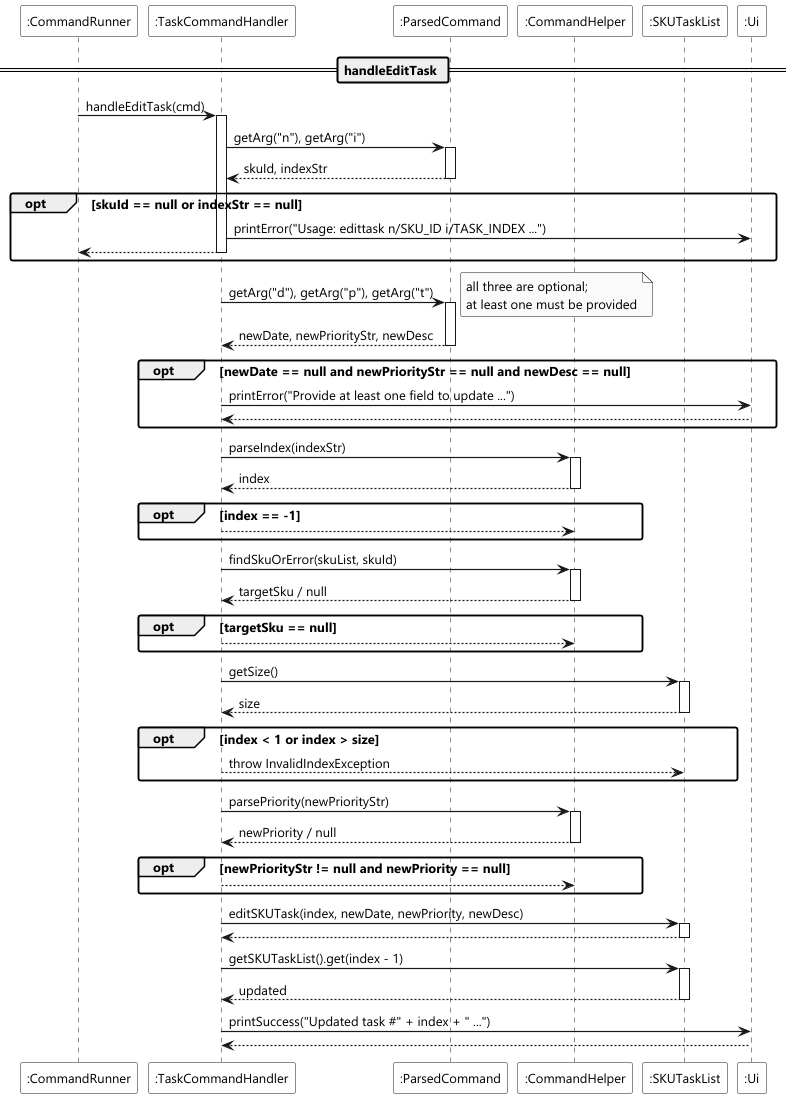
heehaw1234/tp keeps this PlantUML diagram as docs/diagrams/command/edittask-command-sequence.png. Above is the earlier version.
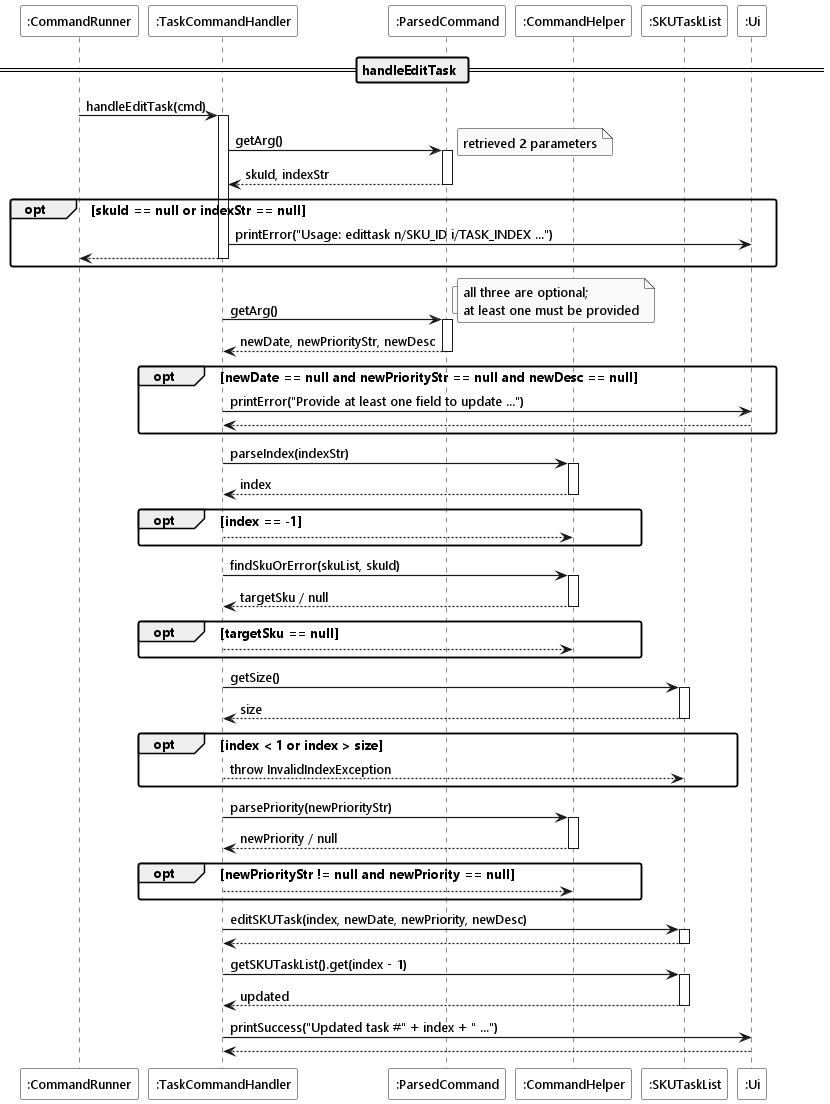
The same file after the commit.

What changed in the source:
```diff
@@ -12,7 +12,8 @@
 
 runner -> handler ++ : handleEditTask(cmd)
 
-handler -> cmd ++ : getArg("n"), getArg("i")
+handler -> cmd ++ : getArg()
+    note right : retrieved 2 parameters
 return skuId, indexStr
 
 opt skuId == null or indexStr == null
@@ -20,7 +21,8 @@
     return
 end
 
-handler -> cmd ++ : getArg("d"), getArg("p"), getArg("t")
+handler -> cmd ++ : getArg()
+    note right : retrieved 3 parameters
 note right : all three are optional;\nat least one must be provided
 return newDate, newPriorityStr, newDesc
 
```
